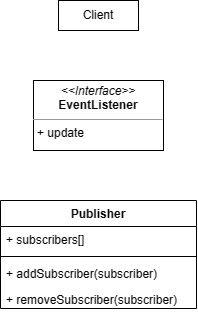
Earlier version of the draw.io export padroes-de-projetos/ObserverUml.png (MurilowJr/bertoti). Source tidied: cells renumbered, new cells last; positions are measured from the earlier drawing's top-left corner, leaving out a move shared by most shapes.
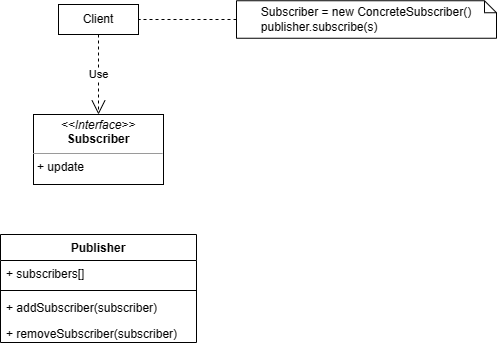
After the change.

Commit message:
Att UML elements

The edit, as a diff of the source:
```diff
@@ -17,11 +17,20 @@
     <mxCell id="6" value="+ removeSubscriber(subscriber)" style="text;align=left;verticalAlign=top;spacingLeft=4;spacingRight=4;overflow=hidden;whiteSpace=wrap;html=1;swimlaneFillColor=default;" parent="2" vertex="1">
       <mxGeometry y="86" width="196" height="22" as="geometry" />
     </mxCell>
-    <mxCell id="7" value="&lt;p style=&quot;margin:0px;margin-top:4px;text-align:center;&quot;&gt;&lt;i&gt;&amp;lt;&amp;lt;Interface&amp;gt;&amp;gt;&lt;/i&gt;&lt;br&gt;&lt;b&gt;EventListener&lt;/b&gt;&lt;/p&gt;&lt;hr size=&quot;1&quot;&gt;&lt;p style=&quot;margin:0px;margin-left:4px;&quot;&gt;+ update&lt;/p&gt;" style="verticalAlign=top;align=left;overflow=fill;fontSize=12;fontFamily=Helvetica;html=1;whiteSpace=wrap;" parent="1" vertex="1">
+    <mxCell id="7" value="&lt;p style=&quot;margin:0px;margin-top:4px;text-align:center;&quot;&gt;&lt;i&gt;&amp;lt;&amp;lt;Interface&amp;gt;&amp;gt;&lt;/i&gt;&lt;br&gt;&lt;b&gt;Subscriber&lt;/b&gt;&lt;/p&gt;&lt;hr size=&quot;1&quot;&gt;&lt;p style=&quot;margin:0px;margin-left:4px;&quot;&gt;+ update&lt;/p&gt;" style="verticalAlign=top;align=left;overflow=fill;fontSize=12;fontFamily=Helvetica;html=1;whiteSpace=wrap;" parent="1" vertex="1">
       <mxGeometry x="33" y="80" width="130" height="70" as="geometry" />
     </mxCell>
     <mxCell id="8" value="Client" style="html=1;whiteSpace=wrap;" parent="1" vertex="1">
-      <mxGeometry x="58" width="80" height="30" as="geometry" />
+      <mxGeometry x="58" y="-30" width="80" height="30" as="geometry" />
     </mxCell>
+    <mxCell id="9" value="Use" style="endArrow=open;endSize=12;dashed=1;html=1;rounded=0;exitX=0.5;exitY=1;exitDx=0;exitDy=0;entryX=0.5;entryY=0;entryDx=0;entryDy=0;" parent="1" edge="1" source="8" target="7">
+      <mxGeometry relative="1" as="geometry" />
+    </mxCell>
+    <mxCell id="10" value="Subscriber = new ConcreteSubscriber()&lt;br&gt;&lt;div style=&quot;text-align: left;&quot;&gt;&lt;span style=&quot;background-color: initial;&quot;&gt;publisher.subscribe(s)&lt;/span&gt;&lt;/div&gt;" style="shape=note;size=12;whiteSpace=wrap;html=1;" parent="1" vertex="1">
+      <mxGeometry x="236" y="-33.8" width="260" height="37.5" as="geometry" />
+    </mxCell>
+    <mxCell id="11" style="endArrow=none;dashed=1;html=1;rounded=0;entryX=1;entryY=0.5;entryDx=0;entryDy=0;exitX=0;exitY=0.5;exitDx=0;exitDy=0;exitPerimeter=0;" parent="1" edge="1" source="10" target="8">
+      <mxGeometry relative="1" as="geometry" />
+    </mxCell>
   </root>
 </mxGraphModel>
```
